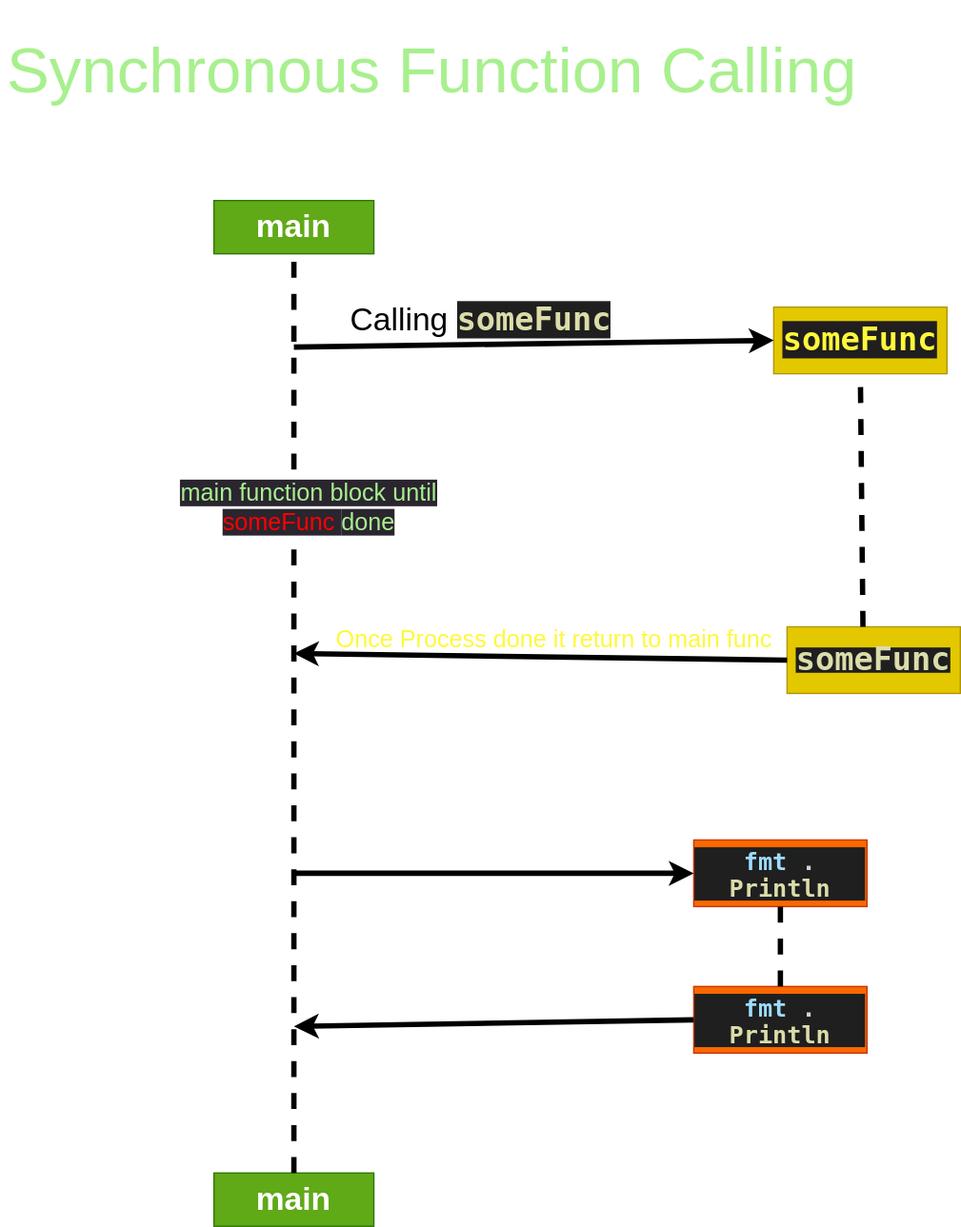
The draw.io diagram concurrency/diagrams/synchronous.drawio.svg in vigneshwaran09/Golang, before a commit. Source tidied: cells renumbered, new cells last; positions are measured from the earlier drawing's top-left corner, leaving out a move shared by most shapes. The source it was exported from:
```xml
<mxGraphModel>
  <root>
    <mxCell id="0" />
    <mxCell id="1" parent="0" />
    <mxCell id="2" value="&lt;b&gt;&lt;font style=&quot;font-size: 24px;&quot;&gt;main&lt;/font&gt;&lt;/b&gt;" style="rounded=0;whiteSpace=wrap;html=1;fillColor=#60a917;fontColor=#ffffff;strokeColor=#2D7600;" parent="1" vertex="1">
      <mxGeometry x="160" y="140" width="120" height="40" as="geometry" />
    </mxCell>
    <mxCell id="3" value="&lt;b&gt;&lt;font style=&quot;font-size: 24px;&quot;&gt;main&lt;/font&gt;&lt;/b&gt;" style="rounded=0;whiteSpace=wrap;html=1;fillColor=#60a917;fontColor=#ffffff;strokeColor=#2D7600;" parent="1" vertex="1">
      <mxGeometry x="160" y="870" width="120" height="40" as="geometry" />
    </mxCell>
    <mxCell id="4" style="endArrow=none;dashed=1;html=1;strokeWidth=4;fontSize=24;entryX=0.5;entryY=1;entryDx=0;entryDy=0;shadow=0;" parent="1" edge="1" source="3" target="2">
      <mxGeometry relative="1" as="geometry">
        <Array as="points">
          <mxPoint x="220" y="480" />
        </Array>
      </mxGeometry>
    </mxCell>
    <mxCell id="5" value="&lt;span style=&quot;color: rgb(168, 240, 142); background-color: rgb(42, 37, 47);&quot;&gt;main function block until&lt;/span&gt;&lt;br style=&quot;color: rgb(168, 240, 142); background-color: rgb(42, 37, 47);&quot;&gt;&lt;font style=&quot;background-color: rgb(42, 37, 47);&quot; color=&quot;#ff0000&quot;&gt;someFunc&lt;/font&gt;&lt;span style=&quot;color: rgb(168, 240, 142); background-color: rgb(42, 37, 47);&quot;&gt;&amp;nbsp;done&amp;nbsp;&lt;/span&gt;" style="edgeLabel;html=1;align=center;verticalAlign=middle;fontSize=18;fontColor=#FF0000;" parent="4" vertex="1">
      <mxGeometry x="-0.13" y="2" relative="1" as="geometry">
        <mxPoint x="12" y="-199" as="offset" />
      </mxGeometry>
    </mxCell>
    <mxCell id="6" value="&lt;div style=&quot;font-family: &amp;quot;Droid Sans Mono&amp;quot;, &amp;quot;monospace&amp;quot;, monospace; line-height: 19px;&quot;&gt;&lt;b style=&quot;background-color: rgb(32, 30, 30);&quot;&gt;&lt;font color=&quot;#fff83b&quot;&gt;someFunc&lt;/font&gt;&lt;/b&gt;&lt;br&gt;&lt;/div&gt;" style="rounded=0;whiteSpace=wrap;html=1;fontSize=24;fillColor=#e3c800;fontColor=#000000;strokeColor=#B09500;" parent="1" vertex="1">
      <mxGeometry x="580" y="220" width="130" height="50" as="geometry" />
    </mxCell>
    <mxCell id="7" style="endArrow=classic;html=1;shadow=0;sketch=0;strokeWidth=4;fontSize=24;entryX=0;entryY=0.5;entryDx=0;entryDy=0;" parent="1" edge="1" target="6">
      <mxGeometry relative="1" as="geometry">
        <mxPoint x="220" y="250" as="sourcePoint" />
      </mxGeometry>
    </mxCell>
    <mxCell id="8" value="Calling&amp;nbsp;&lt;b style=&quot;color: rgb(220, 220, 170); font-family: &amp;quot;Droid Sans Mono&amp;quot;, &amp;quot;monospace&amp;quot;, monospace; background-color: rgb(31, 31, 31);&quot;&gt;someFunc&lt;/b&gt;" style="text;html=1;align=center;verticalAlign=middle;strokeColor=none;fillColor=none;fontSize=24;" parent="1" vertex="1">
      <mxGeometry x="250" y="210" width="220" height="40" as="geometry" />
    </mxCell>
    <mxCell id="9" value="&lt;div style=&quot;background-color: rgb(31, 31, 31); font-family: &amp;quot;Droid Sans Mono&amp;quot;, &amp;quot;monospace&amp;quot;, monospace; line-height: 19px;&quot;&gt;&lt;b style=&quot;color: rgb(220, 220, 170);&quot;&gt;someFunc&lt;/b&gt;&lt;br&gt;&lt;/div&gt;" style="rounded=0;whiteSpace=wrap;html=1;fontSize=24;fillColor=#e3c800;fontColor=#000000;strokeColor=#B09500;" parent="1" vertex="1">
      <mxGeometry x="590" y="460" width="130" height="50" as="geometry" />
    </mxCell>
    <mxCell id="10" style="endArrow=none;dashed=1;html=1;shadow=0;sketch=0;strokeWidth=4;fontSize=24;entryX=0.5;entryY=1;entryDx=0;entryDy=0;exitX=0.438;exitY=0;exitDx=0;exitDy=0;exitPerimeter=0;" parent="1" edge="1" source="9" target="6">
      <mxGeometry relative="1" as="geometry" />
    </mxCell>
    <mxCell id="11" style="endArrow=classic;html=1;shadow=0;sketch=0;strokeWidth=4;fontSize=24;exitX=0;exitY=0.5;exitDx=0;exitDy=0;" parent="1" edge="1" source="9">
      <mxGeometry relative="1" as="geometry">
        <mxPoint x="220" y="480" as="targetPoint" />
      </mxGeometry>
    </mxCell>
    <mxCell id="12" value="&lt;div style=&quot;background-color: rgb(31, 31, 31); font-family: &amp;quot;Droid Sans Mono&amp;quot;, &amp;quot;monospace&amp;quot;, monospace; line-height: 19px;&quot;&gt;&lt;div style=&quot;color: rgb(204, 204, 204); line-height: 19px;&quot;&gt;&lt;font style=&quot;font-size: 18px;&quot;&gt;&lt;b&gt;&lt;span style=&quot;color: rgb(156, 220, 254);&quot;&gt;fmt&lt;/span&gt;&lt;span style=&quot;color: rgb(212, 212, 212);&quot;&gt;.&lt;/span&gt;&lt;span style=&quot;color: rgb(220, 220, 170);&quot;&gt;Println&lt;/span&gt;&lt;/b&gt;&lt;/font&gt;&lt;/div&gt;&lt;/div&gt;" style="rounded=0;whiteSpace=wrap;html=1;fontSize=24;fillColor=#fa6800;fontColor=#000000;strokeColor=#C73500;" parent="1" vertex="1">
      <mxGeometry x="520" y="620" width="130" height="50" as="geometry" />
    </mxCell>
    <mxCell id="13" value="&lt;div style=&quot;background-color: rgb(31, 31, 31); font-family: &amp;quot;Droid Sans Mono&amp;quot;, &amp;quot;monospace&amp;quot;, monospace; line-height: 19px;&quot;&gt;&lt;div style=&quot;color: rgb(204, 204, 204); line-height: 19px;&quot;&gt;&lt;b style=&quot;&quot;&gt;&lt;font style=&quot;font-size: 18px;&quot;&gt;&lt;span style=&quot;color: rgb(156, 220, 254);&quot;&gt;fmt&lt;/span&gt;&lt;span style=&quot;color: rgb(212, 212, 212);&quot;&gt;.&lt;/span&gt;&lt;span style=&quot;color: rgb(220, 220, 170);&quot;&gt;Println&lt;/span&gt;&lt;/font&gt;&lt;/b&gt;&lt;/div&gt;&lt;/div&gt;" style="rounded=0;whiteSpace=wrap;html=1;fontSize=24;fillColor=#fa6800;fontColor=#000000;strokeColor=#C73500;" parent="1" vertex="1">
      <mxGeometry x="520" y="730" width="130" height="50" as="geometry" />
    </mxCell>
    <mxCell id="14" style="endArrow=none;dashed=1;html=1;shadow=0;sketch=0;strokeWidth=4;fontSize=24;entryX=0.5;entryY=1;entryDx=0;entryDy=0;exitX=0.5;exitY=0;exitDx=0;exitDy=0;" parent="1" edge="1" source="13" target="12">
      <mxGeometry relative="1" as="geometry" />
    </mxCell>
    <mxCell id="15" style="endArrow=classic;html=1;shadow=0;sketch=0;strokeWidth=4;fontSize=24;entryX=0;entryY=0.5;entryDx=0;entryDy=0;" parent="1" edge="1" target="12">
      <mxGeometry relative="1" as="geometry">
        <mxPoint x="220" y="645" as="sourcePoint" />
      </mxGeometry>
    </mxCell>
    <mxCell id="16" style="endArrow=classic;html=1;shadow=0;sketch=0;strokeWidth=4;fontSize=24;exitX=0;exitY=0.5;exitDx=0;exitDy=0;" parent="1" edge="1" source="13">
      <mxGeometry relative="1" as="geometry">
        <mxPoint x="220" y="760" as="targetPoint" />
      </mxGeometry>
    </mxCell>
    <mxCell id="17" value="&lt;h1&gt;&lt;span style=&quot;font-weight: normal;&quot;&gt;&lt;font style=&quot;font-size: 48px;&quot; color=&quot;#a8f08e&quot;&gt;Synchronous Function Calling&lt;/font&gt;&lt;/span&gt;&lt;/h1&gt;" style="text;html=1;strokeColor=none;fillColor=none;spacing=5;spacingTop=-20;whiteSpace=wrap;overflow=hidden;rounded=0;fontSize=18;" parent="1" vertex="1">
      <mxGeometry width="690" height="80" as="geometry" />
    </mxCell>
    <mxCell id="18" value="Once Process done it return to main func" style="text;html=1;align=center;verticalAlign=middle;strokeColor=none;fillColor=none;fontSize=18;fontColor=#FFF83B;" parent="1" vertex="1">
      <mxGeometry x="240" y="450" width="350" height="40" as="geometry" />
    </mxCell>
  </root>
</mxGraphModel>
```
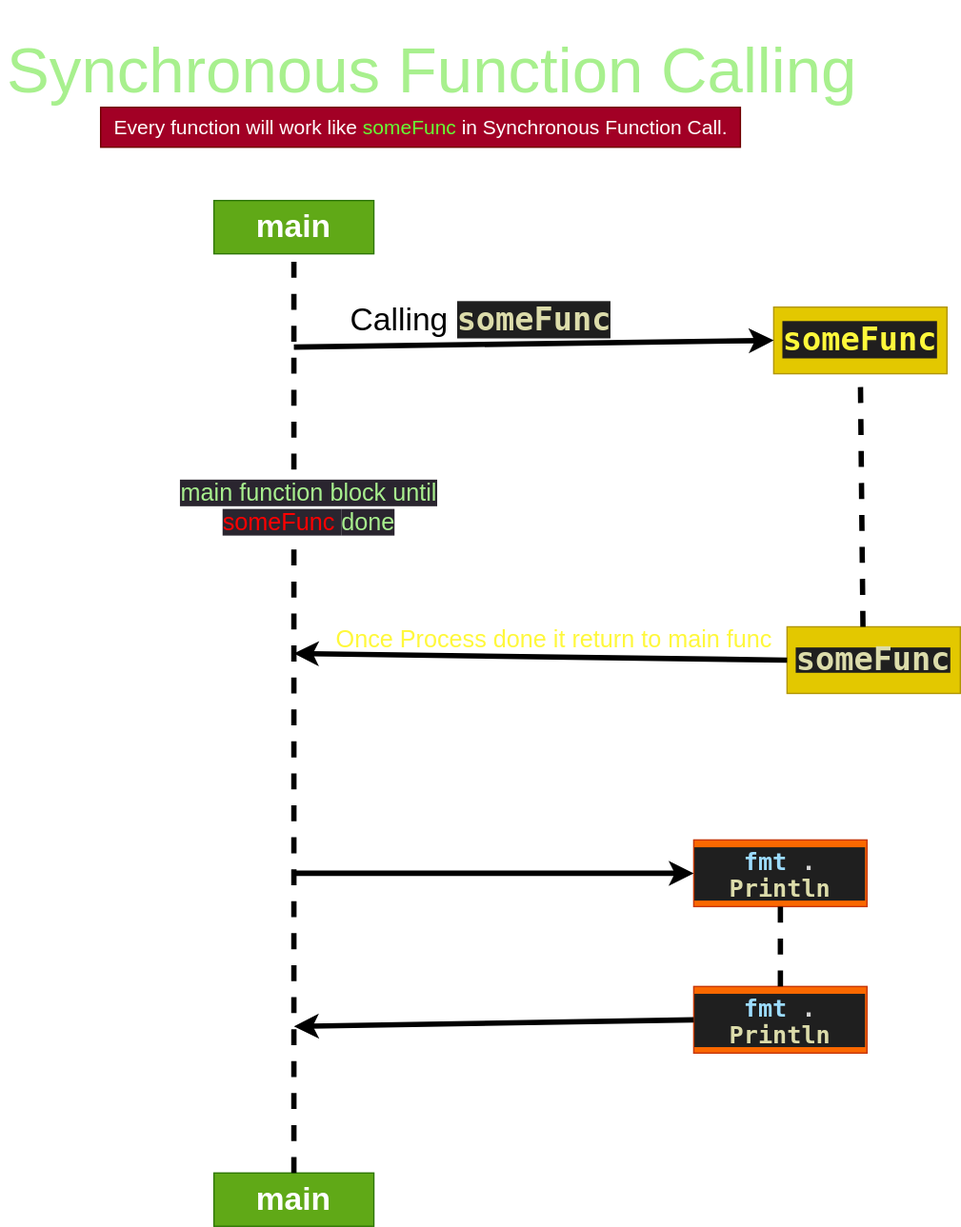
Above is the later version.

Commit message:
Modified Diagram in Concurrency

Change to the diagram source:
```diff
@@ -67,5 +67,8 @@
     <mxCell id="18" value="Once Process done it return to main func" style="text;html=1;align=center;verticalAlign=middle;strokeColor=none;fillColor=none;fontSize=18;fontColor=#FFF83B;" parent="1" vertex="1">
       <mxGeometry x="240" y="450" width="350" height="40" as="geometry" />
     </mxCell>
+    <mxCell id="19" value="Every function will work like &lt;font color=&quot;#65ff36&quot;&gt;someFunc&lt;/font&gt; in Synchronous Function Call." style="text;html=1;align=center;verticalAlign=middle;strokeColor=#6F0000;fillColor=#a20025;fontSize=15;labelBackgroundColor=none;fontColor=#ffffff;" parent="1" vertex="1">
+      <mxGeometry x="75" y="70" width="480" height="30" as="geometry" />
+    </mxCell>
   </root>
 </mxGraphModel>
```
